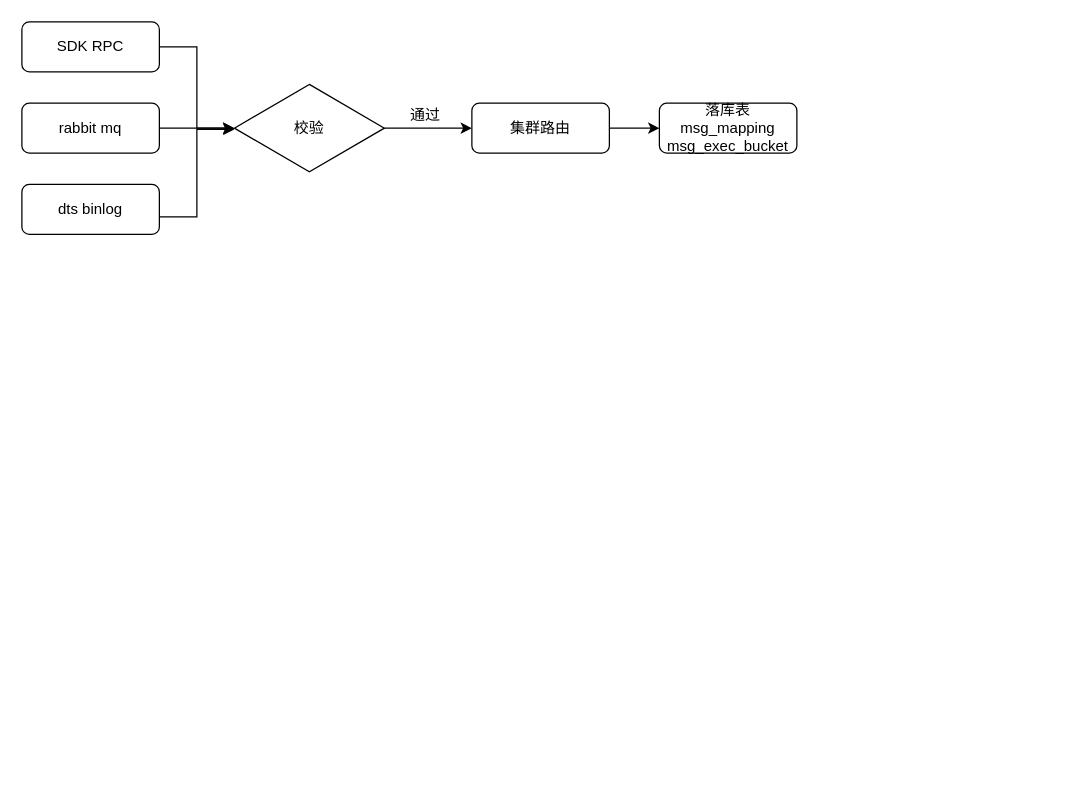
This is my_site/superglass.drawio from jiankekb/my_site, a draw.io file, before an edit. Source tidied: cells renumbered, new cells numbered last; positions are measured from the earlier drawing's top-left corner, leaving out a move shared by most shapes. Both pictures are drawn from the tidied source at 125%, with x=0, y=0 at pixel (21, 21).
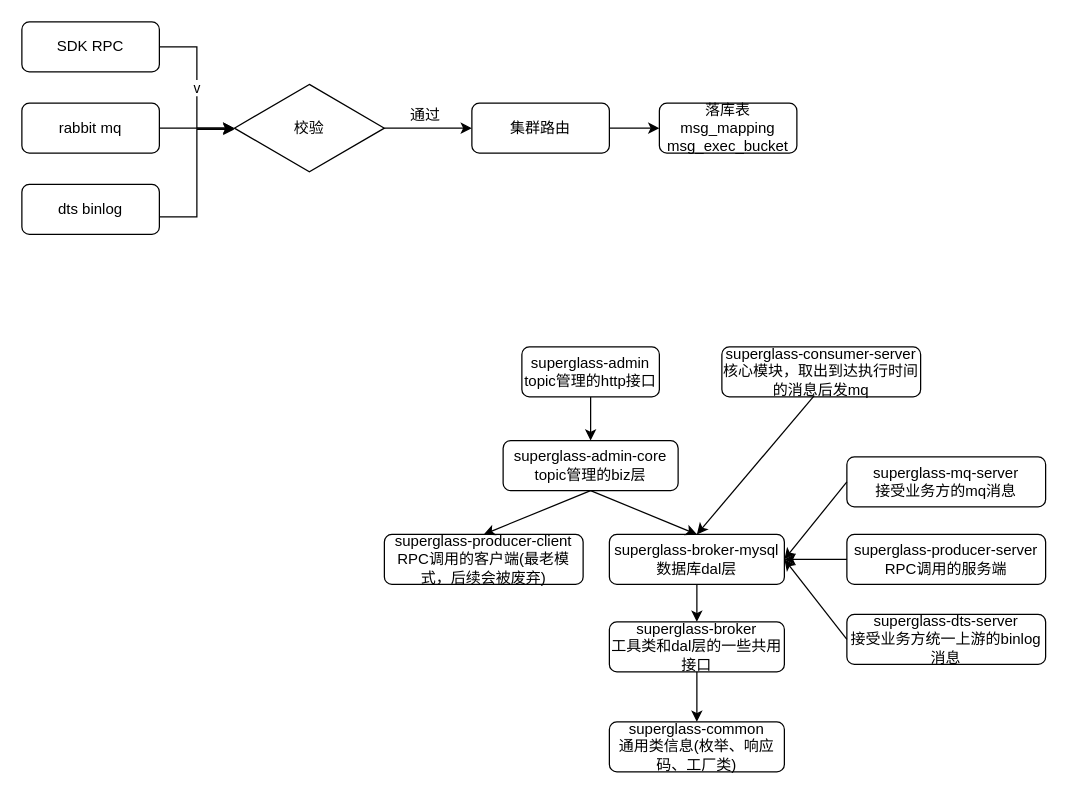
The same page after the edit.

The change refers to these unchanged cells:
```xml
<mxCell id="3" value="SDK RPC" style="rounded=1;whiteSpace=wrap;html=1;" parent="1" vertex="1">
  <mxGeometry width="110" height="40" as="geometry" />
</mxCell>
<mxCell id="9" value="校验" style="rhombus;whiteSpace=wrap;html=1;" parent="1" vertex="1">
  <mxGeometry x="170" y="50" width="120" height="70" as="geometry" />
</mxCell>
```

What changed in the source:
```diff
@@
-    <mxCell id="2" style="edgeStyle=orthogonalEdgeStyle;rounded=0;jettySize=auto;html=1;exitX=1;exitY=0.5;exitDx=0;exitDy=0;entryX=0;entryY=0.5;entryDx=0;entryDy=0;" parent="1" edge="1" source="3" target="9">
+    <mxCell id="2" value="v" style="edgeStyle=orthogonalEdgeStyle;rounded=0;jettySize=auto;html=1;exitX=1;exitY=0.5;exitDx=0;exitDy=0;entryX=0;entryY=0.5;entryDx=0;entryDy=0;" parent="1" edge="1" source="3" target="9">
       <mxGeometry relative="1" as="geometry" />
     </mxCell>
@@
+    <mxCell id="14" style="edgeStyle=orthogonalEdgeStyle;rounded=0;jettySize=auto;html=1;exitX=0.5;exitY=1;exitDx=0;exitDy=0;entryX=0.5;entryY=0;entryDx=0;entryDy=0;" parent="1" edge="1" source="15" target="16">
+      <mxGeometry relative="1" as="geometry" />
+    </mxCell>
+    <mxCell id="15" value="superglass-admin&lt;br&gt;topic管理的http接口" style="rounded=1;whiteSpace=wrap;html=1;" parent="1" vertex="1">
+      <mxGeometry x="400" y="260" width="110" height="40" as="geometry" />
+    </mxCell>
+    <mxCell id="16" value="superglass-admin-core&lt;br&gt;topic管理的biz层" style="rounded=1;whiteSpace=wrap;html=1;" parent="1" vertex="1">
+      <mxGeometry x="385" y="335" width="140" height="40" as="geometry" />
+    </mxCell>
+    <mxCell id="17" value="superglass-broker&lt;br&gt;工具类和dal层的一些共用接口" style="rounded=1;whiteSpace=wrap;html=1;" parent="1" vertex="1">
+      <mxGeometry x="470" y="480" width="140" height="40" as="geometry" />
+    </mxCell>
+    <mxCell id="18" value="superglass-broker-mysql&lt;br&gt;数据库dal层" style="rounded=1;whiteSpace=wrap;html=1;" parent="1" vertex="1">
+      <mxGeometry x="470" y="410" width="140" height="40" as="geometry" />
+    </mxCell>
+    <mxCell id="19" value="superglass-common&lt;br&gt;通用类信息(枚举、响应码、工厂类)" style="rounded=1;whiteSpace=wrap;html=1;" parent="1" vertex="1">
+      <mxGeometry x="470" y="560" width="140" height="40" as="geometry" />
+    </mxCell>
+    <mxCell id="20" value="superglass-producer-client&lt;br&gt;RPC调用的客户端(最老模式，后续会被废弃)" style="rounded=1;whiteSpace=wrap;html=1;" parent="1" vertex="1">
+      <mxGeometry x="290" y="410" width="159" height="40" as="geometry" />
+    </mxCell>
+    <mxCell id="21" value="superglass-consumer-server&lt;br&gt;核心模块，取出到达执行时间的消息后发mq" style="rounded=1;whiteSpace=wrap;html=1;" parent="1" vertex="1">
+      <mxGeometry x="560" y="260" width="159" height="40" as="geometry" />
+    </mxCell>
+    <mxCell id="22" value="superglass-producer-server&lt;br&gt;RPC调用的服务端" style="rounded=1;whiteSpace=wrap;html=1;" parent="1" vertex="1">
+      <mxGeometry x="660" y="410" width="159" height="40" as="geometry" />
+    </mxCell>
+    <mxCell id="23" style="endArrow=classic;html=1;exitX=0.5;exitY=1;exitDx=0;exitDy=0;entryX=0.5;entryY=0;entryDx=0;entryDy=0;" parent="1" edge="1" source="16" target="20">
+      <mxGeometry relative="1" as="geometry" />
+    </mxCell>
+    <mxCell id="24" style="endArrow=classic;html=1;entryX=0.5;entryY=0;entryDx=0;entryDy=0;exitX=0.5;exitY=1;exitDx=0;exitDy=0;" parent="1" edge="1" source="16" target="18">
+      <mxGeometry relative="1" as="geometry" />
+    </mxCell>
+    <mxCell id="25" style="endArrow=classic;html=1;exitX=0.5;exitY=1;exitDx=0;exitDy=0;" parent="1" edge="1" source="18" target="17">
+      <mxGeometry relative="1" as="geometry" />
+    </mxCell>
+    <mxCell id="26" style="endArrow=classic;html=1;exitX=0.5;exitY=1;exitDx=0;exitDy=0;entryX=0.5;entryY=0;entryDx=0;entryDy=0;" parent="1" edge="1" source="17" target="19">
+      <mxGeometry relative="1" as="geometry" />
+    </mxCell>
+    <mxCell id="27" value="superglass-dts-server&lt;br&gt;接受业务方统一上游的binlog消息" style="rounded=1;whiteSpace=wrap;html=1;" parent="1" vertex="1">
+      <mxGeometry x="660" y="474" width="159" height="40" as="geometry" />
+    </mxCell>
+    <mxCell id="28" style="endArrow=classic;html=1;exitX=0;exitY=0.5;exitDx=0;exitDy=0;entryX=1;entryY=0.5;entryDx=0;entryDy=0;" parent="1" edge="1" source="22" target="18">
+      <mxGeometry relative="1" as="geometry" />
+    </mxCell>
+    <mxCell id="29" style="endArrow=classic;html=1;exitX=0;exitY=0.5;exitDx=0;exitDy=0;entryX=1;entryY=0.5;entryDx=0;entryDy=0;" parent="1" edge="1" source="27" target="18">
+      <mxGeometry relative="1" as="geometry" />
+    </mxCell>
+    <mxCell id="30" value="superglass-mq-server&lt;br&gt;接受业务方的mq消息" style="rounded=1;whiteSpace=wrap;html=1;" parent="1" vertex="1">
+      <mxGeometry x="660" y="348" width="159" height="40" as="geometry" />
+    </mxCell>
+    <mxCell id="31" style="endArrow=classic;html=1;exitX=0;exitY=0.5;exitDx=0;exitDy=0;" parent="1" edge="1" source="30">
+      <mxGeometry relative="1" as="geometry">
+        <mxPoint x="610" y="430" as="targetPoint" />
+      </mxGeometry>
+    </mxCell>
+    <mxCell id="32" style="endArrow=classic;html=1;exitX=0.465;exitY=0.975;exitDx=0;exitDy=0;entryX=0.5;entryY=0;entryDx=0;entryDy=0;exitPerimeter=0;" parent="1" edge="1" source="21" target="18">
+      <mxGeometry relative="1" as="geometry" />
+    </mxCell>
```
